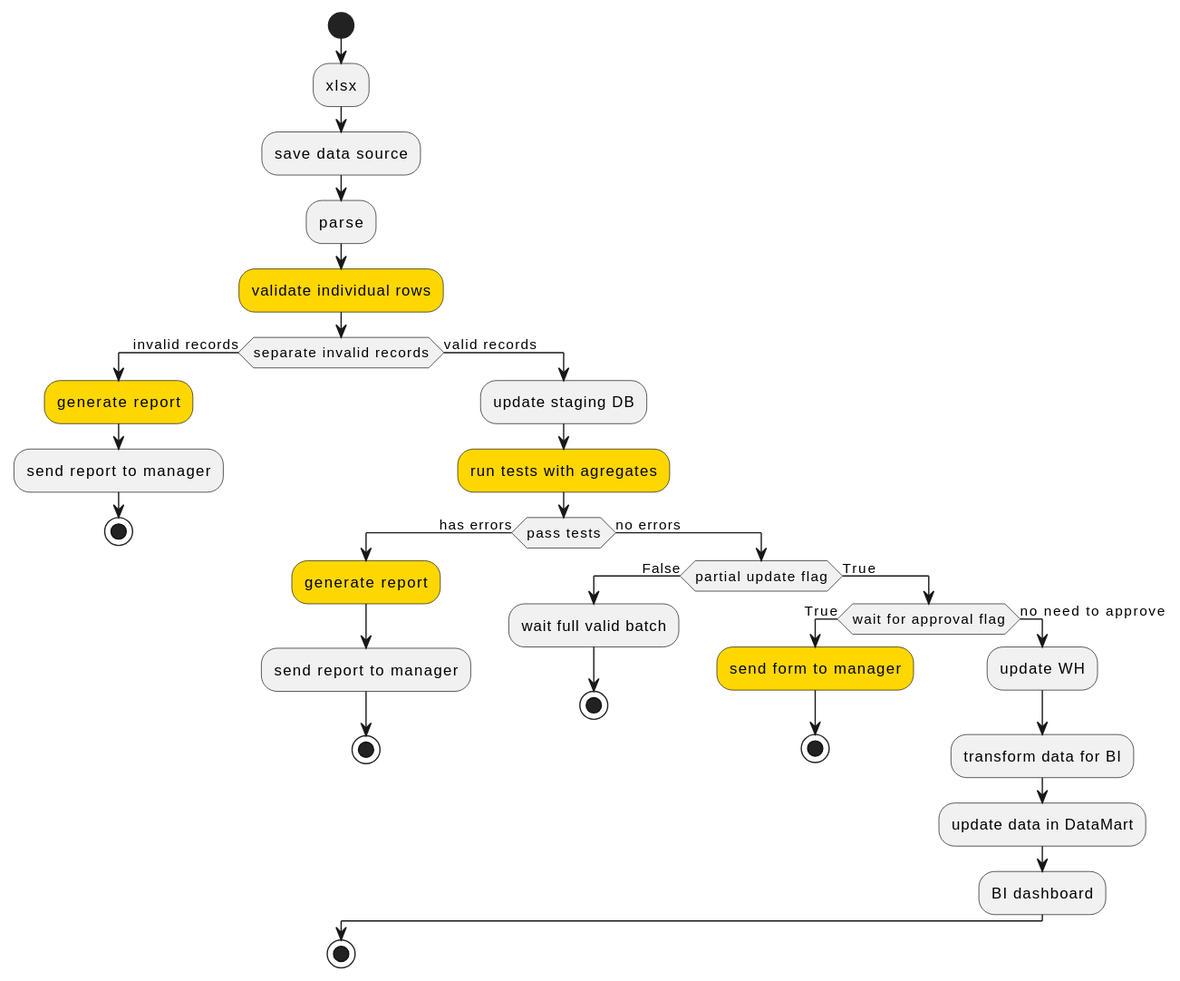
Before: diagrams/DAG_example.svg, a diagram exported from PlantUML (etlteam/docs).
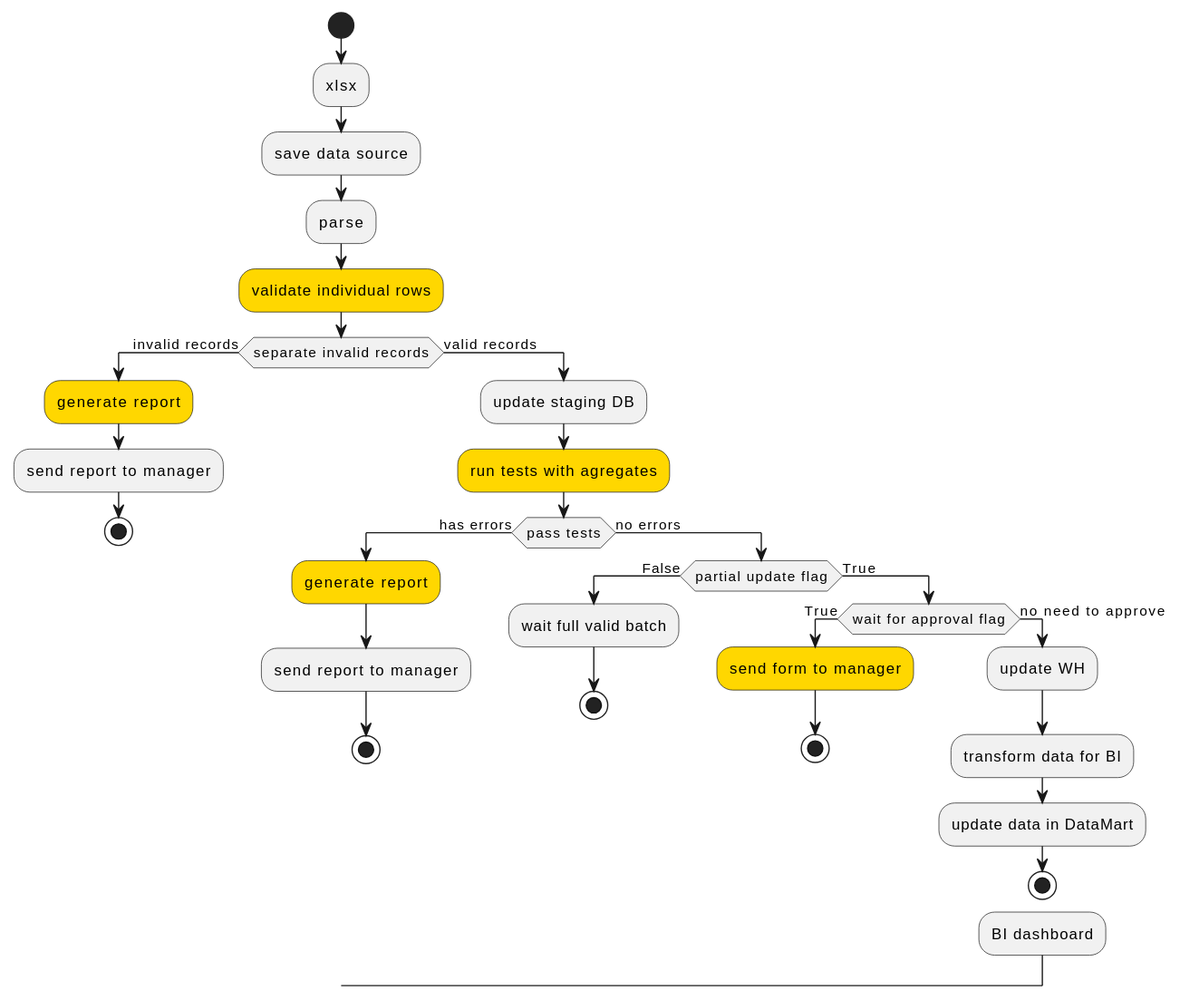
Later version of the same file.

Diff of the diagram source:
```diff
@@ -27,10 +27,10 @@
 				:update WH;
 				:transform data for BI;
 				:update data in DataMart;
+				stop
 				:BI dashboard;
 			endif
 		endif
 	endif
 endif
-stop
 @enduml
```
